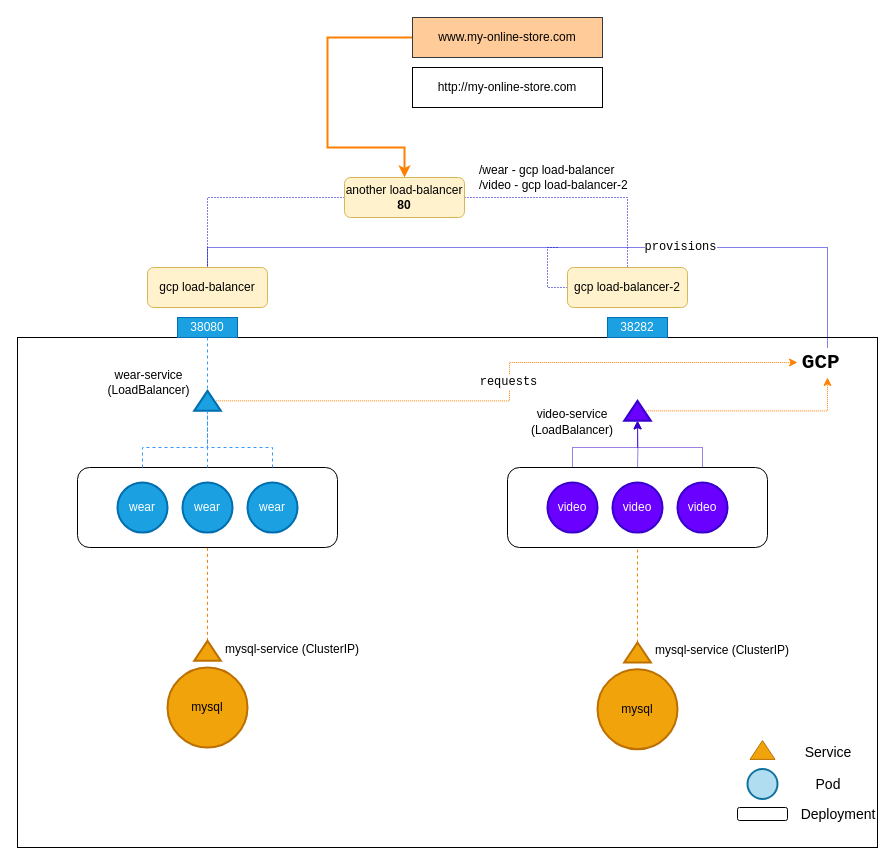
Above: page "GCP ingress" (7 of 7) of assets/networking.drawio in aditya109/journey-CKA (draw.io), before the change. Source tidied: cells renumbered, new cells numbered last; positions are measured from the earlier drawing's top-left corner, leaving out a move shared by most shapes. Both pictures are drawn from the tidied source at 100%, with x=0, y=0 at pixel (17, 17).
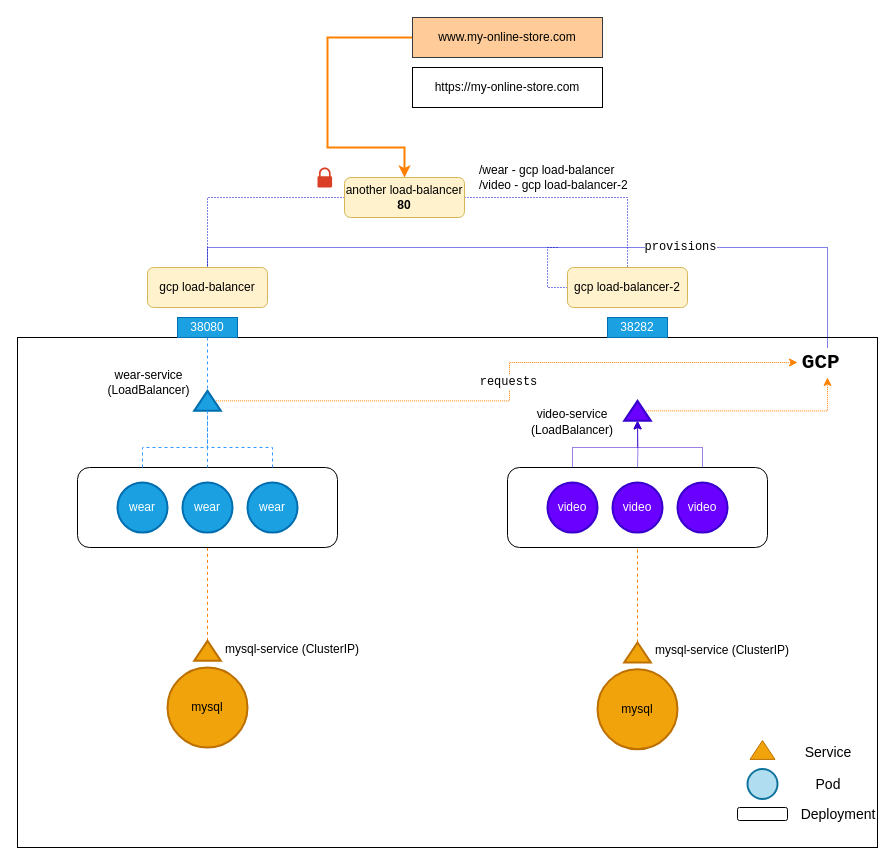
After the change.

The edit, as a diff of the source:
```diff
@@
-    <mxCell id="23" value="http://my-online-store.com" style="rounded=0;whiteSpace=wrap;html=1;" parent="1" vertex="1">
+    <mxCell id="23" value="https://my-online-store.com" style="rounded=0;whiteSpace=wrap;html=1;" parent="1" vertex="1">
       <mxGeometry x="395" y="50" width="190" height="40" as="geometry" />
     </mxCell>
@@
+    <mxCell id="54" style="sketch=0;shadow=0;dashed=0;html=1;strokeColor=none;labelPosition=center;verticalLabelPosition=bottom;verticalAlign=top;align=center;shape=mxgraph.office.security.lock_protected;fillColor=#DA4026;fontFamily=Helvetica;fontSize=12;" parent="1" vertex="1">
+      <mxGeometry x="300" y="150" width="14.6" height="20" as="geometry" />
+    </mxCell>
```
